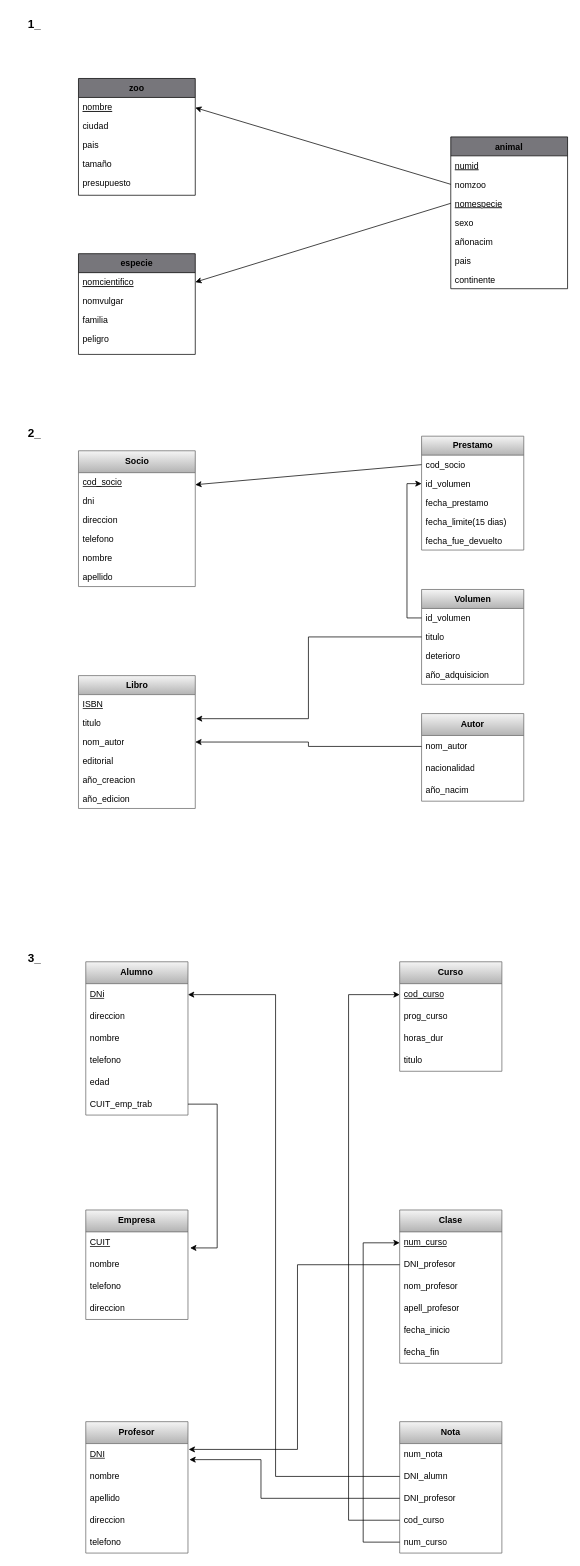
Earlier version of the draw.io diagram Diagrama sin título.drawio (JuanPaBV/DyABasesDatos). Source tidied: cells renumbered, new cells numbered last; positions are measured from the earlier drawing's top-left corner, leaving out a move shared by most shapes. Both pictures are drawn from the tidied source at 73%, with x=0, y=0 at pixel (12, 12).
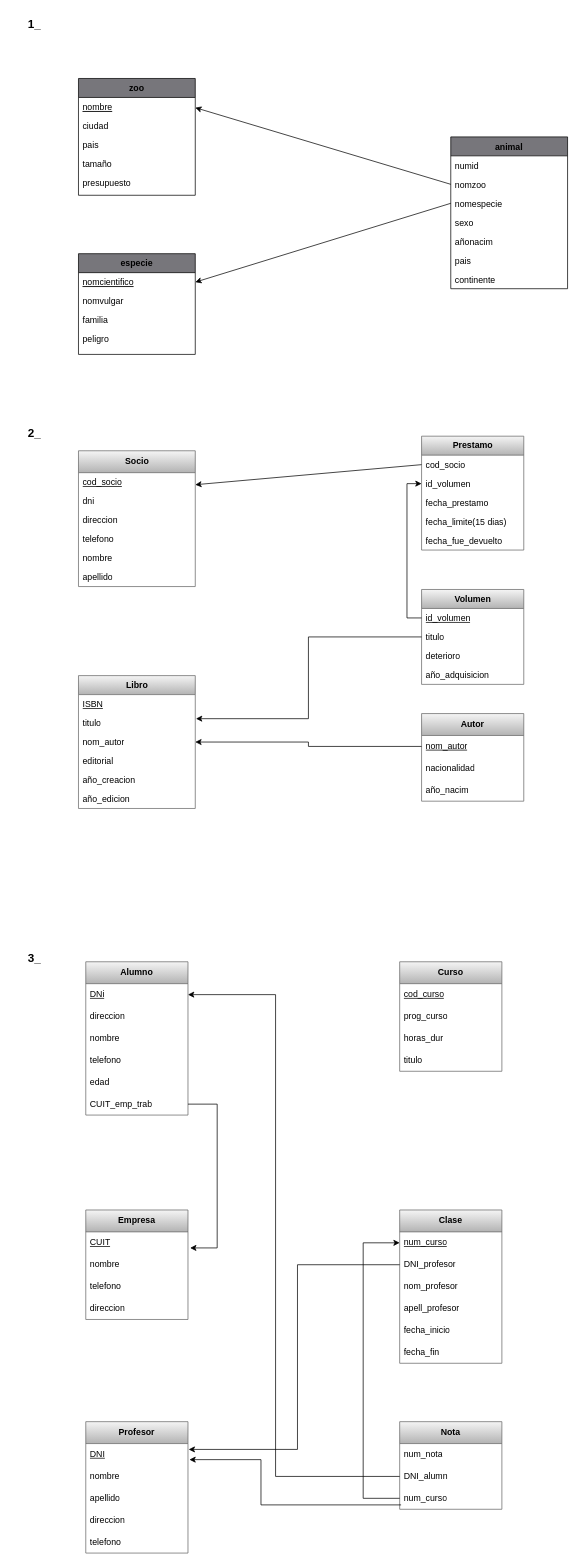
The same page after the edit.

Unchanged cells that the change refers to:
```xml
<mxCell id="8" value="animal" style="swimlane;fontStyle=1;align=center;verticalAlign=top;horizontal=1;startSize=26;rounded=0;shadow=0;strokeWidth=1;fillColor=#77767b;" parent="1" vertex="1">
  <mxGeometry x="600" y="170" width="160" height="208" as="geometry" />
</mxCell>
<mxCell id="33" value="&lt;div&gt;&lt;b&gt;Volumen&lt;br&gt;&lt;/b&gt;&lt;/div&gt;" style="swimlane;fontStyle=0;horizontal=1;startSize=26;fillColor=#f5f5f5;html=1;gradientColor=#b3b3b3;strokeColor=#666666;" parent="1" vertex="1">
  <mxGeometry x="560" y="790" width="140" height="130" as="geometry" />
</mxCell>
<mxCell id="66" value="cod_curso" style="text;strokeColor=none;fillColor=none;align=left;verticalAlign=middle;spacingLeft=4;spacingRight=4;overflow=hidden;points=[[0,0.5],[1,0.5]];portConstraint=eastwest;whiteSpace=wrap;html=1;fontStyle=4;" parent="65" vertex="1">
  <mxGeometry y="30" width="140" height="30" as="geometry" />
</mxCell>
<mxCell id="71" value="num_curso" style="text;strokeColor=none;fillColor=none;align=left;verticalAlign=middle;spacingLeft=4;spacingRight=4;overflow=hidden;points=[[0,0.5],[1,0.5]];portConstraint=eastwest;whiteSpace=wrap;html=1;fontStyle=4;" parent="70" vertex="1">
  <mxGeometry y="30" width="140" height="30" as="geometry" />
</mxCell>
<mxCell id="78" value="DNI" style="text;strokeColor=none;fillColor=none;align=left;verticalAlign=middle;spacingLeft=4;spacingRight=4;overflow=hidden;points=[[0,0.5],[1,0.5]];portConstraint=eastwest;whiteSpace=wrap;html=1;fontStyle=4;" parent="77" vertex="1">
  <mxGeometry y="30" width="140" height="30" as="geometry" />
</mxCell>
<mxCell id="95" value="&lt;b&gt;Autor&lt;/b&gt;" style="swimlane;fontStyle=0;horizontal=1;startSize=30;whiteSpace=wrap;html=1;fillColor=#f5f5f5;gradientColor=#b3b3b3;strokeColor=#666666;" parent="1" vertex="1">
  <mxGeometry x="560" y="960" width="140" height="120" as="geometry" />
</mxCell>
```

The edit, as a diff of the source:
```diff
@@
-    <mxCell id="9" value="numid" style="text;align=left;verticalAlign=top;spacingLeft=4;spacingRight=4;overflow=hidden;fontStyle=4;" parent="8" vertex="1">
+    <mxCell id="9" value="numid" style="text;align=left;verticalAlign=top;spacingLeft=4;spacingRight=4;overflow=hidden;fontStyle=0;" parent="8" vertex="1">
       <mxGeometry y="26" width="160" height="26" as="geometry" />
     </mxCell>
@@
-    <mxCell id="11" value="nomespecie" style="text;align=left;verticalAlign=top;spacingLeft=4;spacingRight=4;overflow=hidden;points=[[0,0.5],[1,0.5]];portConstraint=eastwest;fontStyle=4;" parent="8" vertex="1">
+    <mxCell id="11" value="nomespecie" style="text;align=left;verticalAlign=top;spacingLeft=4;spacingRight=4;overflow=hidden;points=[[0,0.5],[1,0.5]];portConstraint=eastwest;fontStyle=0;" parent="8" vertex="1">
       <mxGeometry y="78" width="160" height="26" as="geometry" />
     </mxCell>
@@
-    <mxCell id="34" value="id_volumen" style="text;strokeColor=none;fillColor=none;align=left;verticalAlign=top;spacingLeft=4;spacingRight=4;overflow=hidden;points=[[0,0.5],[1,0.5]];portConstraint=eastwest;whiteSpace=wrap;html=1;" parent="33" vertex="1">
+    <mxCell id="34" value="&lt;u&gt;id_volumen&lt;/u&gt;" style="text;strokeColor=none;fillColor=none;align=left;verticalAlign=top;spacingLeft=4;spacingRight=4;overflow=hidden;points=[[0,0.5],[1,0.5]];portConstraint=eastwest;whiteSpace=wrap;html=1;" parent="33" vertex="1">
       <mxGeometry y="26" width="140" height="26" as="geometry" />
     </mxCell>
@@
     <mxCell id="83" value="Nota" style="swimlane;fontStyle=1;horizontal=1;startSize=30;whiteSpace=wrap;html=1;fillColor=#f5f5f5;gradientColor=#b3b3b3;strokeColor=#666666;" parent="1" vertex="1">
-      <mxGeometry x="530" y="1930" width="140" height="180" as="geometry" />
+      <mxGeometry x="530" y="1930" width="140" height="120" as="geometry" />
     </mxCell>
@@
-    <mxCell id="86" value="DNI_profesor" style="text;strokeColor=none;fillColor=none;align=left;verticalAlign=middle;spacingLeft=4;spacingRight=4;overflow=hidden;points=[[0,0.5],[1,0.5]];portConstraint=eastwest;whiteSpace=wrap;html=1;" parent="83" vertex="1">
-      <mxGeometry y="90" width="140" height="30" as="geometry" />
-    </mxCell>
-    <mxCell id="87" value="cod_curso" style="text;strokeColor=none;fillColor=none;align=left;verticalAlign=middle;spacingLeft=4;spacingRight=4;overflow=hidden;points=[[0,0.5],[1,0.5]];portConstraint=eastwest;whiteSpace=wrap;html=1;" parent="83" vertex="1">
-      <mxGeometry y="120" width="140" height="30" as="geometry" />
-    </mxCell>
     <mxCell id="88" value="num_curso" style="text;strokeColor=none;fillColor=none;align=left;verticalAlign=middle;spacingLeft=4;spacingRight=4;overflow=hidden;points=[[0,0.5],[1,0.5]];portConstraint=eastwest;whiteSpace=wrap;html=1;" parent="83" vertex="1">
-      <mxGeometry y="150" width="140" height="30" as="geometry" />
+      <mxGeometry y="90" width="140" height="30" as="geometry" />
     </mxCell>
@@
-    <mxCell id="90" style="endArrow=classic;html=1;rounded=0;exitX=0;exitY=0.5;exitDx=0;exitDy=0;entryX=0;entryY=0.5;entryDx=0;entryDy=0;" parent="1" edge="1" source="87" target="66">
-      <mxGeometry relative="1" as="geometry">
-        <Array as="points">
-          <mxPoint x="460" y="2065" />
-          <mxPoint x="460" y="1345" />
-        </Array>
-      </mxGeometry>
-    </mxCell>
     <mxCell id="91" style="endArrow=classic;html=1;rounded=0;entryX=0;entryY=0.5;entryDx=0;entryDy=0;exitX=0;exitY=0.5;exitDx=0;exitDy=0;" parent="1" edge="1" source="88" target="71">
       <mxGeometry relative="1" as="geometry">
         <Array as="points">
-          <mxPoint x="480" y="2095" />
+          <mxPoint x="480" y="2035" />
           <mxPoint x="480" y="1685" />
         </Array>
       </mxGeometry>
     </mxCell>
@@
-    <mxCell id="94" style="endArrow=classic;html=1;rounded=0;entryX=1.014;entryY=0.733;entryDx=0;entryDy=0;entryPerimeter=0;exitX=0;exitY=0.5;exitDx=0;exitDy=0;" parent="1" edge="1" source="86" target="78">
+    <mxCell id="94" style="endArrow=classic;html=1;rounded=0;entryX=1.014;entryY=0.733;entryDx=0;entryDy=0;entryPerimeter=0;exitX=0.014;exitY=0.8;exitDx=0;exitDy=0;exitPerimeter=0;" parent="1" edge="1" source="88" target="78">
       <mxGeometry relative="1" as="geometry">
         <Array as="points">
-          <mxPoint x="340" y="2035" />
+          <mxPoint x="340" y="2044" />
           <mxPoint x="340" y="1982" />
         </Array>
       </mxGeometry>
     </mxCell>
@@
-    <mxCell id="96" value="nom_autor" style="text;strokeColor=none;fillColor=none;align=left;verticalAlign=middle;spacingLeft=4;spacingRight=4;overflow=hidden;points=[[0,0.5],[1,0.5]];portConstraint=eastwest;whiteSpace=wrap;html=1;" parent="95" vertex="1">
+    <mxCell id="96" value="nom_autor" style="text;strokeColor=none;fillColor=none;align=left;verticalAlign=middle;spacingLeft=4;spacingRight=4;overflow=hidden;points=[[0,0.5],[1,0.5]];portConstraint=eastwest;whiteSpace=wrap;html=1;fontStyle=4;" parent="95" vertex="1">
       <mxGeometry y="30" width="140" height="30" as="geometry" />
     </mxCell>
```
